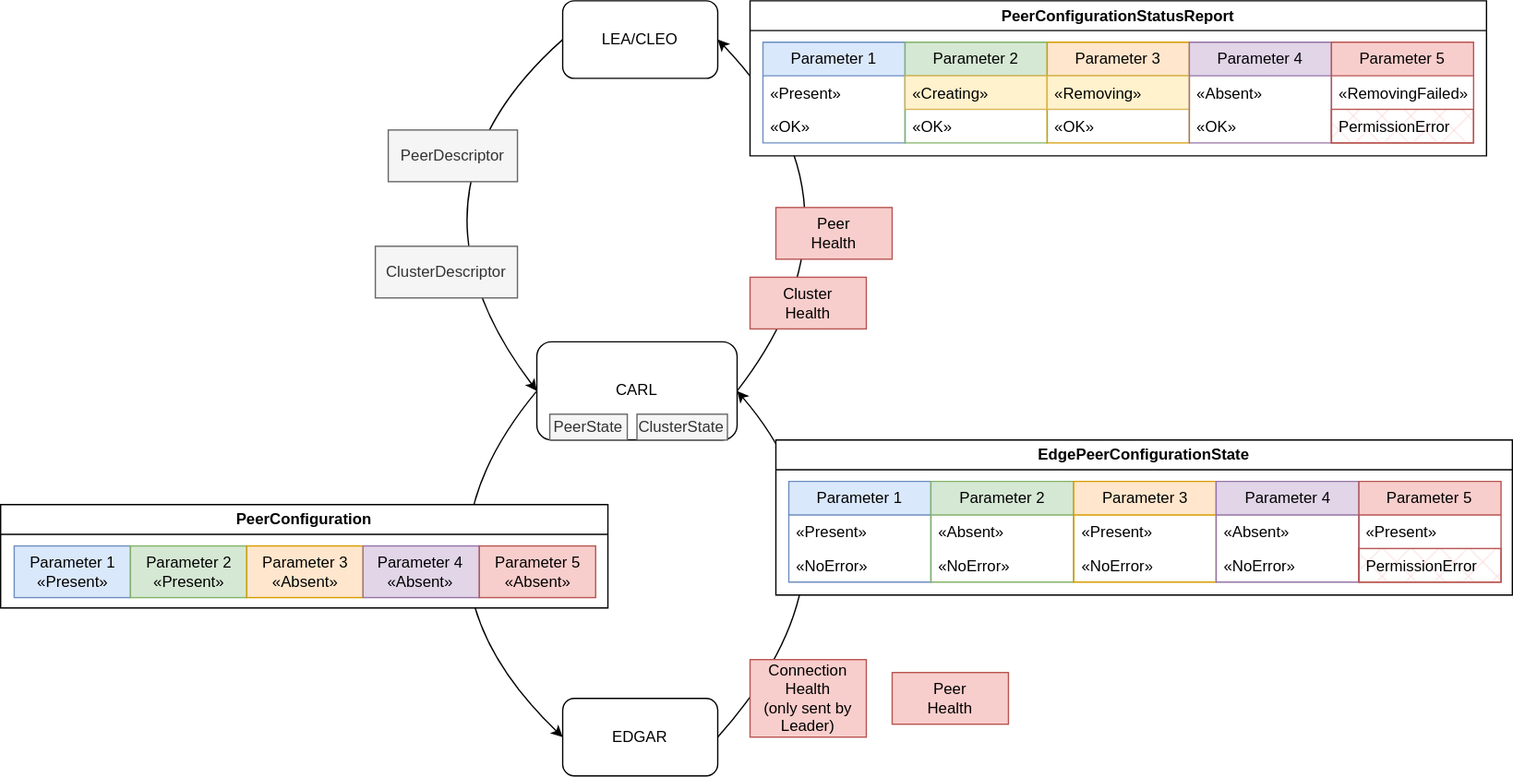
This is doc/src/architecture/carl/peer/img/peer-state-configuration.svg from eclipse-opendut/opendut, a draw.io export, as it was before one commit. Source tidied: cells renumbered, new cells last; positions are measured from the earlier drawing's top-left corner, leaving out a move shared by most shapes.
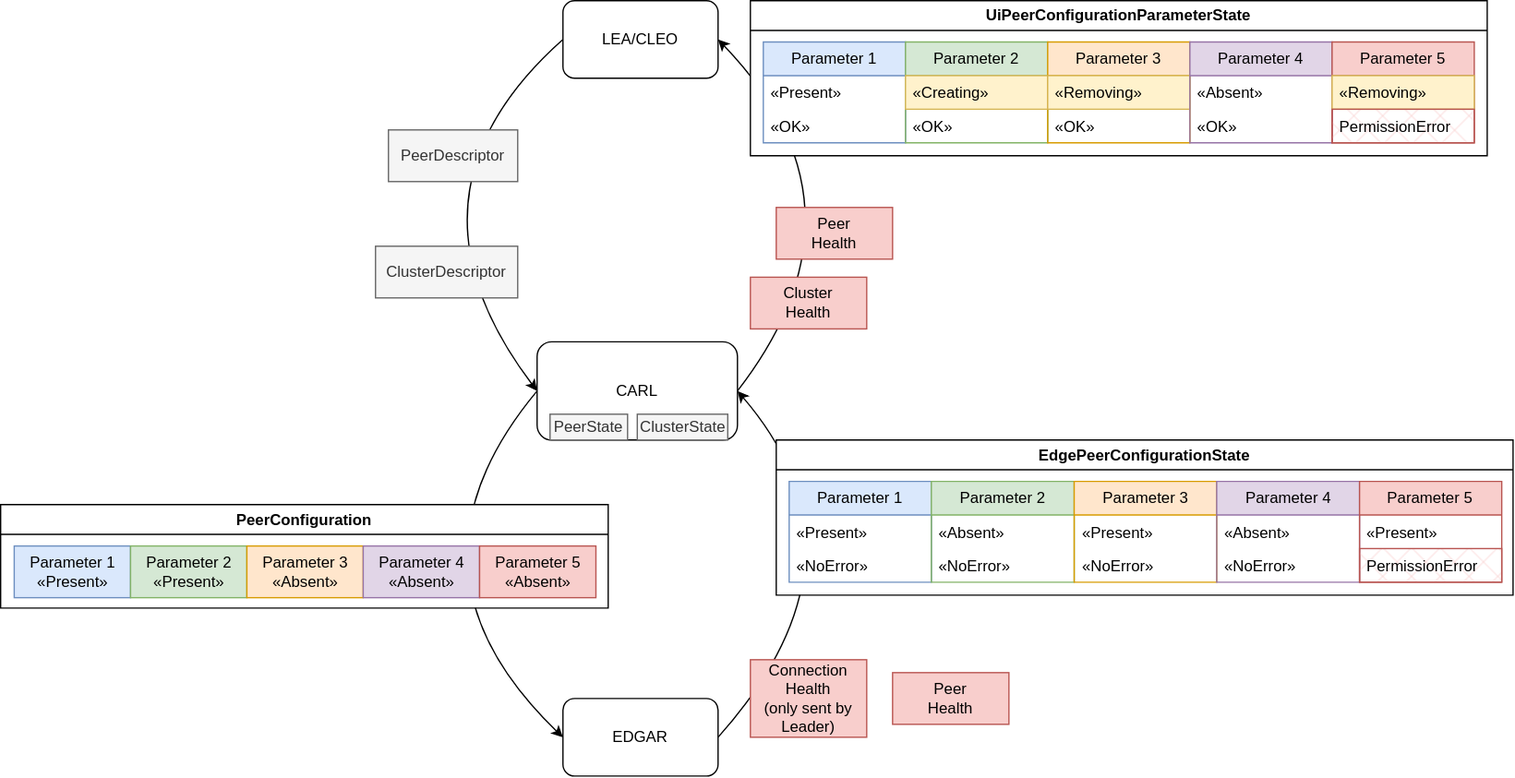
After the change.

Commit message:
Doc » Rename PeerConfigurationStatusReport to UiPeerConfigurationParameterState

- Differentiate detected states on edge

Change to the diagram source:
```diff
@@ -129,7 +129,7 @@
     <mxCell id="38" value="Connection&lt;br&gt;Health&lt;br&gt;(only sent by Leader)" style="rounded=0;whiteSpace=wrap;html=1;fillColor=#f8cecc;strokeColor=#b85450;" parent="1" vertex="1">
       <mxGeometry x="580" y="510" width="90" height="60" as="geometry" />
     </mxCell>
-    <mxCell id="39" value="PeerConfigurationStatusReport" style="swimlane;whiteSpace=wrap;html=1;fixDash=0;swimlaneFillColor=default;" parent="1" vertex="1">
+    <mxCell id="39" value="UiPeerConfigurationParameterState" style="swimlane;whiteSpace=wrap;html=1;fixDash=0;swimlaneFillColor=default;" parent="1" vertex="1">
       <mxGeometry x="580" width="570" height="120" as="geometry" />
     </mxCell>
     <mxCell id="40" value="Parameter 1" style="swimlane;fontStyle=0;horizontal=1;startSize=26;fillColor=#dae8fc;whiteSpace=wrap;html=1;strokeColor=#6c8ebf;" parent="39" vertex="1">
@@ -171,7 +171,7 @@
     <mxCell id="52" value="Parameter 5" style="swimlane;fontStyle=0;horizontal=1;startSize=26;fillColor=#f8cecc;whiteSpace=wrap;html=1;strokeColor=#b85450;" parent="39" vertex="1">
       <mxGeometry x="450" y="32" width="110" height="78" as="geometry" />
     </mxCell>
-    <mxCell id="53" value="«RemovingFailed&lt;span style=&quot;background-color: initial;&quot;&gt;»&lt;/span&gt;" style="text;strokeColor=none;fillColor=none;align=left;verticalAlign=top;spacingLeft=4;spacingRight=4;overflow=hidden;whiteSpace=wrap;html=1;" parent="52" vertex="1">
+    <mxCell id="53" value="«Removing&lt;span style=&quot;background-color: initial;&quot;&gt;»&lt;/span&gt;" style="text;strokeColor=#d6b656;fillColor=#fff2cc;align=left;verticalAlign=top;spacingLeft=4;spacingRight=4;overflow=hidden;whiteSpace=wrap;html=1;" parent="52" vertex="1">
       <mxGeometry y="26" width="110" height="26" as="geometry" />
     </mxCell>
     <mxCell id="54" value="PermissionError" style="text;strokeColor=#b85450;fillColor=#f8cecc;align=left;verticalAlign=top;spacingLeft=4;spacingRight=4;overflow=hidden;whiteSpace=wrap;html=1;gradientColor=none;fillStyle=cross-hatch;" parent="52" vertex="1">
```
